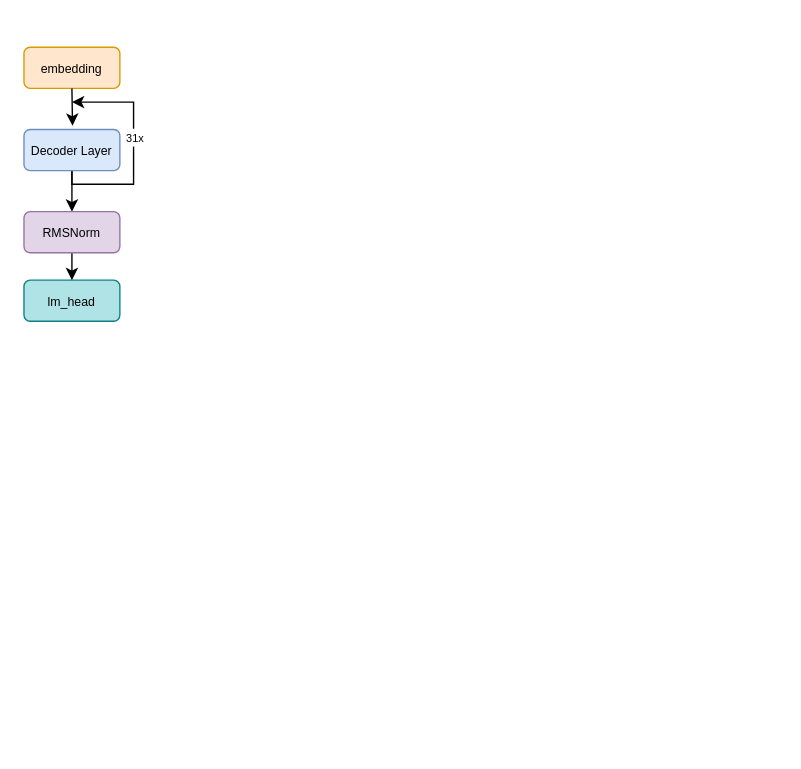
MIrandaStock/learn-cpp keeps this draw.io diagram as LLM结构.drawio. Above is the earlier version. Source tidied: cells renumbered, new cells numbered last; positions are measured from the earlier drawing's top-left corner, leaving out a move shared by most shapes. Both pictures are drawn from the tidied source at 137%, with x=0, y=0 at pixel (23, 47).
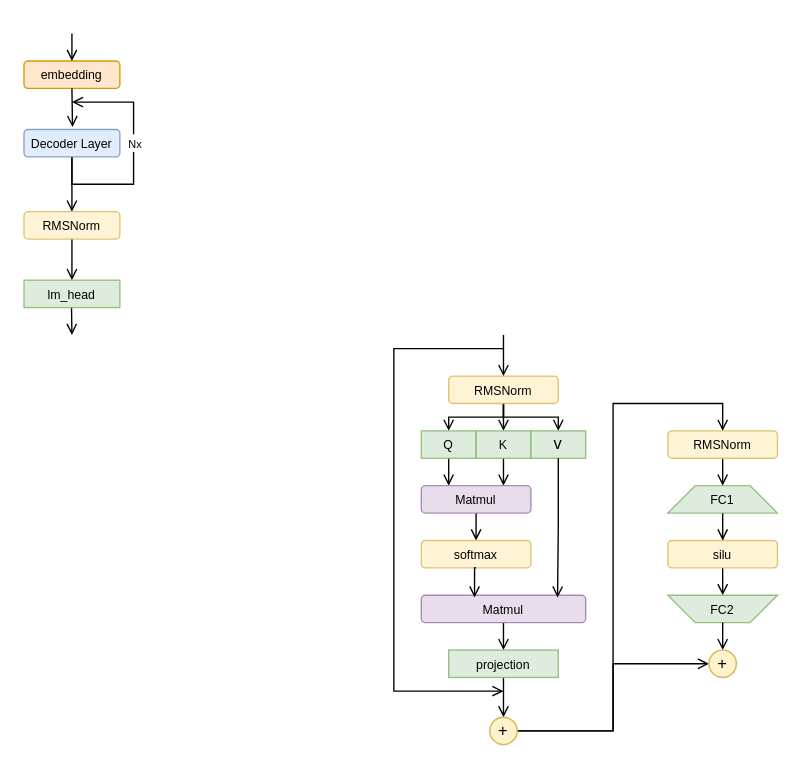
The same diagram, later.

Change to the diagram source:
```diff
@@
     <mxCell id="2" value="&lt;font style=&quot;font-size: 9px;&quot;&gt;embedding&lt;/font&gt;" style="rounded=1;whiteSpace=wrap;html=1;fillColor=#ffe6cc;strokeColor=#d79b00;" parent="1" vertex="1">
-      <mxGeometry width="70" height="30" as="geometry" />
+      <mxGeometry y="10" width="70" height="20" as="geometry" />
     </mxCell>
-    <mxCell id="3" style="edgeStyle=orthogonalEdgeStyle;rounded=0;jettySize=auto;html=1;exitX=0.5;exitY=1;exitDx=0;exitDy=0;" parent="1" edge="1" source="6">
+    <mxCell id="3" style="edgeStyle=orthogonalEdgeStyle;rounded=0;jettySize=auto;html=1;exitX=0.5;exitY=1;exitDx=0;exitDy=0;endArrow=open;endFill=0;" parent="1" edge="1" source="6">
       <mxGeometry relative="1" as="geometry">
         <mxPoint x="35" y="40" as="targetPoint" />
         <Array as="points">
           <mxPoint x="35" y="100" />
           <mxPoint x="80" y="100" />
           <mxPoint x="80" y="40" />
         </Array>
       </mxGeometry>
     </mxCell>
-    <mxCell id="4" value="&lt;font style=&quot;font-size: 8px;&quot;&gt;31x&lt;/font&gt;" style="edgeLabel;html=1;align=center;verticalAlign=middle;" parent="3" vertex="1">
+    <mxCell id="4" value="&lt;font style=&quot;font-size: 8px;&quot;&gt;Nx&lt;/font&gt;" style="edgeLabel;html=1;align=center;verticalAlign=middle;" parent="3" vertex="1">
       <mxGeometry x="0.13" relative="1" as="geometry" />
     </mxCell>
-    <mxCell id="5" style="edgeStyle=orthogonalEdgeStyle;rounded=0;jettySize=auto;html=1;exitX=0.5;exitY=1;exitDx=0;exitDy=0;entryX=0.5;entryY=0;entryDx=0;entryDy=0;" parent="1" edge="1" source="6" target="10">
+    <mxCell id="5" style="edgeStyle=orthogonalEdgeStyle;rounded=0;jettySize=auto;html=1;exitX=0.5;exitY=1;exitDx=0;exitDy=0;entryX=0.5;entryY=0;entryDx=0;entryDy=0;endArrow=open;endFill=0;" parent="1" edge="1" source="6" target="10">
       <mxGeometry relative="1" as="geometry" />
     </mxCell>
-    <mxCell id="6" value="&lt;font style=&quot;font-size: 9px;&quot;&gt;Decoder Layer&lt;/font&gt;" style="rounded=1;whiteSpace=wrap;html=1;fillColor=#dae8fc;strokeColor=#6c8ebf;" parent="1" vertex="1">
-      <mxGeometry y="60" width="70" height="30" as="geometry" />
+    <mxCell id="6" value="&lt;font style=&quot;font-size: 9px;&quot;&gt;Decoder Layer&lt;/font&gt;" style="rounded=1;whiteSpace=wrap;html=1;fillColor=#dae8fc;strokeColor=#6c8ebf;opacity=80;" parent="1" vertex="1">
+      <mxGeometry y="60" width="70" height="20" as="geometry" />
     </mxCell>
-    <mxCell id="7" value="&lt;font style=&quot;font-size: 9px;&quot;&gt;lm_head&lt;/font&gt;" style="rounded=1;whiteSpace=wrap;html=1;fillColor=#b0e3e6;strokeColor=#0e8088;" parent="1" vertex="1">
-      <mxGeometry y="170" width="70" height="30" as="geometry" />
-    </mxCell>
-    <mxCell id="8" style="edgeStyle=orthogonalEdgeStyle;rounded=0;jettySize=auto;html=1;exitX=0.5;exitY=1;exitDx=0;exitDy=0;entryX=0.506;entryY=-0.089;entryDx=0;entryDy=0;entryPerimeter=0;" parent="1" edge="1" source="2" target="6">
+    <mxCell id="8" style="edgeStyle=orthogonalEdgeStyle;rounded=0;jettySize=auto;html=1;exitX=0.5;exitY=1;exitDx=0;exitDy=0;entryX=0.506;entryY=-0.089;entryDx=0;entryDy=0;entryPerimeter=0;endArrow=open;endFill=0;" parent="1" edge="1" source="2" target="6">
       <mxGeometry relative="1" as="geometry" />
     </mxCell>
-    <mxCell id="9" style="edgeStyle=orthogonalEdgeStyle;rounded=0;jettySize=auto;html=1;exitX=0.5;exitY=1;exitDx=0;exitDy=0;entryX=0.5;entryY=0;entryDx=0;entryDy=0;" parent="1" edge="1" source="10" target="7">
-      <mxGeometry relative="1" as="geometry" />
+    <mxCell id="9" style="edgeStyle=orthogonalEdgeStyle;rounded=0;jettySize=auto;html=1;exitX=0.5;exitY=1;exitDx=0;exitDy=0;entryX=0.5;entryY=0;entryDx=0;entryDy=0;endArrow=open;endFill=0;" parent="1" edge="1" source="10">
+      <mxGeometry relative="1" as="geometry">
+        <mxPoint x="35" y="170" as="targetPoint" />
+      </mxGeometry>
     </mxCell>
-    <mxCell id="10" value="&lt;font style=&quot;font-size: 9px;&quot;&gt;RMSNorm&lt;/font&gt;" style="rounded=1;whiteSpace=wrap;html=1;fillColor=#e1d5e7;strokeColor=#9673a6;" parent="1" vertex="1">
-      <mxGeometry y="120" width="70" height="30" as="geometry" />
+    <mxCell id="10" value="&lt;font style=&quot;font-size: 9px;&quot;&gt;RMSNorm&lt;/font&gt;" style="rounded=1;whiteSpace=wrap;html=1;fillColor=#fff2cc;strokeColor=#d6b656;opacity=80;" parent="1" vertex="1">
+      <mxGeometry y="120" width="70" height="20" as="geometry" />
     </mxCell>
+    <mxCell id="11" style="endArrow=open;html=1;rounded=0;entryX=0.5;entryY=0;entryDx=0;entryDy=0;endFill=0;" parent="1" edge="1" target="2">
+      <mxGeometry relative="1" as="geometry">
+        <mxPoint x="35" y="-10" as="sourcePoint" />
+      </mxGeometry>
+    </mxCell>
+    <mxCell id="12" style="endArrow=open;html=1;rounded=0;endFill=0;" parent="1" edge="1">
+      <mxGeometry relative="1" as="geometry">
+        <mxPoint x="34.7" y="190" as="sourcePoint" />
+        <mxPoint x="35" y="210" as="targetPoint" />
+      </mxGeometry>
+    </mxCell>
+    <mxCell id="7" value="&lt;span style=&quot;font-size: 9px;&quot;&gt;lm_head&lt;/span&gt;" style="rounded=0;whiteSpace=wrap;html=1;fillColor=#d5e8d4;strokeColor=#82b366;opacity=80;" parent="1" vertex="1">
+      <mxGeometry y="170" width="70" height="20" as="geometry" />
+    </mxCell>
+    <mxCell id="13" style="edgeStyle=orthogonalEdgeStyle;rounded=0;jettySize=auto;html=1;exitX=0.5;exitY=1;exitDx=0;exitDy=0;entryX=0.5;entryY=0;entryDx=0;entryDy=0;endArrow=open;endFill=0;" parent="1" edge="1" source="16" target="20">
+      <mxGeometry relative="1" as="geometry" />
+    </mxCell>
+    <mxCell id="14" style="edgeStyle=orthogonalEdgeStyle;rounded=0;jettySize=auto;html=1;exitX=0.5;exitY=1;exitDx=0;exitDy=0;entryX=0.5;entryY=0;entryDx=0;entryDy=0;endArrow=open;endFill=0;" parent="1" edge="1" source="16" target="18">
+      <mxGeometry relative="1" as="geometry">
+        <Array as="points">
+          <mxPoint x="350" y="270" />
+          <mxPoint x="310" y="270" />
+        </Array>
+      </mxGeometry>
+    </mxCell>
+    <mxCell id="15" style="edgeStyle=orthogonalEdgeStyle;rounded=0;jettySize=auto;html=1;exitX=0.5;exitY=1;exitDx=0;exitDy=0;entryX=0.5;entryY=0;entryDx=0;entryDy=0;endArrow=open;endFill=0;" parent="1" edge="1" source="16" target="21">
+      <mxGeometry relative="1" as="geometry">
+        <Array as="points">
+          <mxPoint x="350" y="270" />
+          <mxPoint x="390" y="270" />
+        </Array>
+      </mxGeometry>
+    </mxCell>
+    <mxCell id="16" value="&lt;font style=&quot;font-size: 9px;&quot;&gt;RMSNorm&lt;/font&gt;" style="rounded=1;whiteSpace=wrap;html=1;fillColor=#fff2cc;strokeColor=#d6b656;opacity=80;" parent="1" vertex="1">
+      <mxGeometry x="310" y="240" width="80" height="20" as="geometry" />
+    </mxCell>
+    <mxCell id="17" style="edgeStyle=orthogonalEdgeStyle;rounded=0;jettySize=auto;html=1;exitX=0.5;exitY=1;exitDx=0;exitDy=0;entryX=0.25;entryY=0;entryDx=0;entryDy=0;endArrow=open;endFill=0;" parent="1" edge="1" source="18" target="23">
+      <mxGeometry relative="1" as="geometry" />
+    </mxCell>
+    <mxCell id="18" value="&lt;span style=&quot;font-size: 9px;&quot;&gt;Q&lt;/span&gt;" style="rounded=0;whiteSpace=wrap;html=1;fillColor=#d5e8d4;strokeColor=#82b366;opacity=80;" parent="1" vertex="1">
+      <mxGeometry x="290" y="280" width="40" height="20" as="geometry" />
+    </mxCell>
+    <mxCell id="19" style="edgeStyle=orthogonalEdgeStyle;rounded=0;jettySize=auto;html=1;exitX=0.5;exitY=1;exitDx=0;exitDy=0;entryX=0.75;entryY=0;entryDx=0;entryDy=0;endArrow=open;endFill=0;" parent="1" edge="1" source="20" target="23">
+      <mxGeometry relative="1" as="geometry" />
+    </mxCell>
+    <mxCell id="20" value="&lt;span style=&quot;font-size: 9px;&quot;&gt;K&lt;/span&gt;" style="rounded=0;whiteSpace=wrap;html=1;fillColor=#d5e8d4;strokeColor=#82b366;opacity=80;" parent="1" vertex="1">
+      <mxGeometry x="330" y="280" width="40" height="20" as="geometry" />
+    </mxCell>
+    <mxCell id="21" value="v" style="rounded=0;whiteSpace=wrap;html=1;fillColor=#d5e8d4;strokeColor=#82b366;opacity=80;" parent="1" vertex="1">
+      <mxGeometry x="370" y="280" width="40" height="20" as="geometry" />
+    </mxCell>
+    <mxCell id="22" style="edgeStyle=orthogonalEdgeStyle;rounded=0;jettySize=auto;html=1;exitX=0.5;exitY=1;exitDx=0;exitDy=0;entryX=0.5;entryY=0;entryDx=0;entryDy=0;endArrow=open;endFill=0;" parent="1" edge="1" source="23" target="24">
+      <mxGeometry relative="1" as="geometry" />
+    </mxCell>
+    <mxCell id="23" value="&lt;font style=&quot;font-size: 9px;&quot;&gt;Matmul&lt;/font&gt;" style="rounded=1;whiteSpace=wrap;html=1;fillColor=#e1d5e7;strokeColor=#9673a6;opacity=80;" parent="1" vertex="1">
+      <mxGeometry x="290" y="320" width="80" height="20" as="geometry" />
+    </mxCell>
+    <mxCell id="24" value="&lt;font style=&quot;font-size: 9px;&quot;&gt;softmax&lt;/font&gt;" style="rounded=1;whiteSpace=wrap;html=1;fillColor=#fff2cc;strokeColor=#d6b656;opacity=80;" parent="1" vertex="1">
+      <mxGeometry x="290" y="360" width="80" height="20" as="geometry" />
+    </mxCell>
+    <mxCell id="25" style="edgeStyle=orthogonalEdgeStyle;rounded=0;jettySize=auto;html=1;exitX=0.5;exitY=1;exitDx=0;exitDy=0;entryX=0.5;entryY=0;entryDx=0;entryDy=0;endArrow=open;endFill=0;" parent="1" edge="1" source="26" target="28">
+      <mxGeometry relative="1" as="geometry" />
+    </mxCell>
+    <mxCell id="26" value="&lt;font style=&quot;font-size: 9px;&quot;&gt;Matmul&lt;/font&gt;" style="rounded=1;whiteSpace=wrap;html=1;fillColor=#e1d5e7;strokeColor=#9673a6;opacity=80;" parent="1" vertex="1">
+      <mxGeometry x="290" y="400" width="120" height="20" as="geometry" />
+    </mxCell>
+    <mxCell id="27" style="edgeStyle=orthogonalEdgeStyle;rounded=0;jettySize=auto;html=1;exitX=0.5;exitY=1;exitDx=0;exitDy=0;entryX=0.5;entryY=0;entryDx=0;entryDy=0;endArrow=open;endFill=0;" parent="1" edge="1" source="28" target="42">
+      <mxGeometry relative="1" as="geometry" />
+    </mxCell>
+    <mxCell id="28" value="&lt;span style=&quot;font-size: 9px;&quot;&gt;projection&lt;/span&gt;" style="rounded=0;whiteSpace=wrap;html=1;fillColor=#d5e8d4;strokeColor=#82b366;opacity=80;" parent="1" vertex="1">
+      <mxGeometry x="310" y="440" width="80" height="20" as="geometry" />
+    </mxCell>
+    <mxCell id="29" style="edgeStyle=orthogonalEdgeStyle;rounded=0;jettySize=auto;html=1;exitX=0.5;exitY=1;exitDx=0;exitDy=0;entryX=0.829;entryY=0.082;entryDx=0;entryDy=0;entryPerimeter=0;endArrow=open;endFill=0;" parent="1" edge="1" source="21" target="26">
+      <mxGeometry relative="1" as="geometry" />
+    </mxCell>
+    <mxCell id="30" style="edgeStyle=orthogonalEdgeStyle;rounded=0;jettySize=auto;html=1;exitX=0.5;exitY=1;exitDx=0;exitDy=0;entryX=0.324;entryY=0.082;entryDx=0;entryDy=0;entryPerimeter=0;endArrow=open;endFill=0;" parent="1" edge="1" source="24" target="26">
+      <mxGeometry relative="1" as="geometry" />
+    </mxCell>
+    <mxCell id="31" style="edgeStyle=orthogonalEdgeStyle;rounded=0;jettySize=auto;html=1;exitX=0.5;exitY=1;exitDx=0;exitDy=0;entryX=0.5;entryY=0;entryDx=0;entryDy=0;endArrow=open;endFill=0;" parent="1" edge="1" source="32" target="34">
+      <mxGeometry relative="1" as="geometry" />
+    </mxCell>
+    <mxCell id="32" value="&lt;font style=&quot;font-size: 9px;&quot;&gt;RMSNorm&lt;/font&gt;" style="rounded=1;whiteSpace=wrap;html=1;fillColor=#fff2cc;strokeColor=#d6b656;opacity=80;" parent="1" vertex="1">
+      <mxGeometry x="470" y="280" width="80" height="20" as="geometry" />
+    </mxCell>
+    <mxCell id="33" style="edgeStyle=orthogonalEdgeStyle;rounded=0;jettySize=auto;html=1;exitX=0.5;exitY=1;exitDx=0;exitDy=0;endArrow=open;endFill=0;" parent="1" edge="1" source="34" target="36">
+      <mxGeometry relative="1" as="geometry" />
+    </mxCell>
+    <mxCell id="34" value="&lt;font style=&quot;font-size: 9px;&quot;&gt;FC1&lt;/font&gt;" style="shape=trapezoid;perimeter=trapezoidPerimeter;whiteSpace=wrap;html=1;fixedSize=1;fillColor=#d5e8d4;strokeColor=#82b366;opacity=80;" parent="1" vertex="1">
+      <mxGeometry x="470" y="320" width="80" height="20" as="geometry" />
+    </mxCell>
+    <mxCell id="35" style="edgeStyle=orthogonalEdgeStyle;rounded=0;jettySize=auto;html=1;exitX=0.5;exitY=1;exitDx=0;exitDy=0;entryX=0.5;entryY=0;entryDx=0;entryDy=0;endArrow=open;endFill=0;" parent="1" edge="1" source="36" target="39">
+      <mxGeometry relative="1" as="geometry" />
+    </mxCell>
+    <mxCell id="36" value="&lt;font style=&quot;font-size: 9px;&quot;&gt;silu&lt;/font&gt;" style="rounded=1;whiteSpace=wrap;html=1;fillColor=#fff2cc;strokeColor=#d6b656;opacity=80;" parent="1" vertex="1">
+      <mxGeometry x="470" y="360" width="80" height="20" as="geometry" />
+    </mxCell>
+    <mxCell id="37" style="shape=trapezoid;perimeter=trapezoidPerimeter;whiteSpace=wrap;html=1;fixedSize=1;fillColor=#d5e8d4;strokeColor=#82b366;opacity=80;rotation=-180;" parent="1" vertex="1">
+      <mxGeometry x="470" y="400" width="80" height="20" as="geometry" />
+    </mxCell>
+    <mxCell id="38" style="edgeStyle=orthogonalEdgeStyle;rounded=0;jettySize=auto;html=1;exitX=0.5;exitY=1;exitDx=0;exitDy=0;entryX=0.5;entryY=0;entryDx=0;entryDy=0;endArrow=open;endFill=0;" parent="1" edge="1" source="39" target="43">
+      <mxGeometry relative="1" as="geometry" />
+    </mxCell>
+    <mxCell id="39" value="&lt;font style=&quot;font-size: 9px;&quot;&gt;FC2&lt;/font&gt;" style="text;html=1;align=center;verticalAlign=middle;whiteSpace=wrap;rounded=0;" parent="1" vertex="1">
+      <mxGeometry x="470" y="400" width="80" height="20" as="geometry" />
+    </mxCell>
+    <mxCell id="40" style="edgeStyle=orthogonalEdgeStyle;rounded=0;jettySize=auto;html=1;exitX=1;exitY=0.5;exitDx=0;exitDy=0;entryX=0;entryY=0.5;entryDx=0;entryDy=0;endArrow=open;endFill=0;" parent="1" edge="1" source="42" target="43">
+      <mxGeometry relative="1" as="geometry" />
+    </mxCell>
+    <mxCell id="41" style="edgeStyle=orthogonalEdgeStyle;rounded=0;jettySize=auto;html=1;exitX=1;exitY=0.5;exitDx=0;exitDy=0;entryX=0.5;entryY=0;entryDx=0;entryDy=0;endArrow=open;endFill=0;" parent="1" edge="1" source="42" target="32">
+      <mxGeometry relative="1" as="geometry">
+        <Array as="points">
+          <mxPoint x="430" y="499" />
+          <mxPoint x="430" y="260" />
+          <mxPoint x="510" y="260" />
+        </Array>
+      </mxGeometry>
+    </mxCell>
+    <mxCell id="42" value="+" style="ellipse;whiteSpace=wrap;html=1;fillColor=#fff2cc;strokeColor=#d6b656;" parent="1" vertex="1">
+      <mxGeometry x="340" y="489" width="20" height="20" as="geometry" />
+    </mxCell>
+    <mxCell id="43" value="+" style="ellipse;whiteSpace=wrap;html=1;fillColor=#fff2cc;strokeColor=#d6b656;" parent="1" vertex="1">
+      <mxGeometry x="500" y="440" width="20" height="20" as="geometry" />
+    </mxCell>
+    <mxCell id="44" style="endArrow=open;html=1;rounded=0;endFill=0;" parent="1" edge="1">
+      <mxGeometry relative="1" as="geometry">
+        <mxPoint x="350" y="210" as="sourcePoint" />
+        <mxPoint x="350" y="240" as="targetPoint" />
+      </mxGeometry>
+    </mxCell>
+    <mxCell id="45" style="endArrow=open;html=1;rounded=0;endFill=0;" parent="1" edge="1">
+      <mxGeometry relative="1" as="geometry">
+        <mxPoint x="350" y="220" as="sourcePoint" />
+        <mxPoint x="350" y="470" as="targetPoint" />
+        <Array as="points">
+          <mxPoint x="270" y="220" />
+          <mxPoint x="270" y="360" />
+          <mxPoint x="270" y="470" />
+        </Array>
+      </mxGeometry>
+    </mxCell>
```
